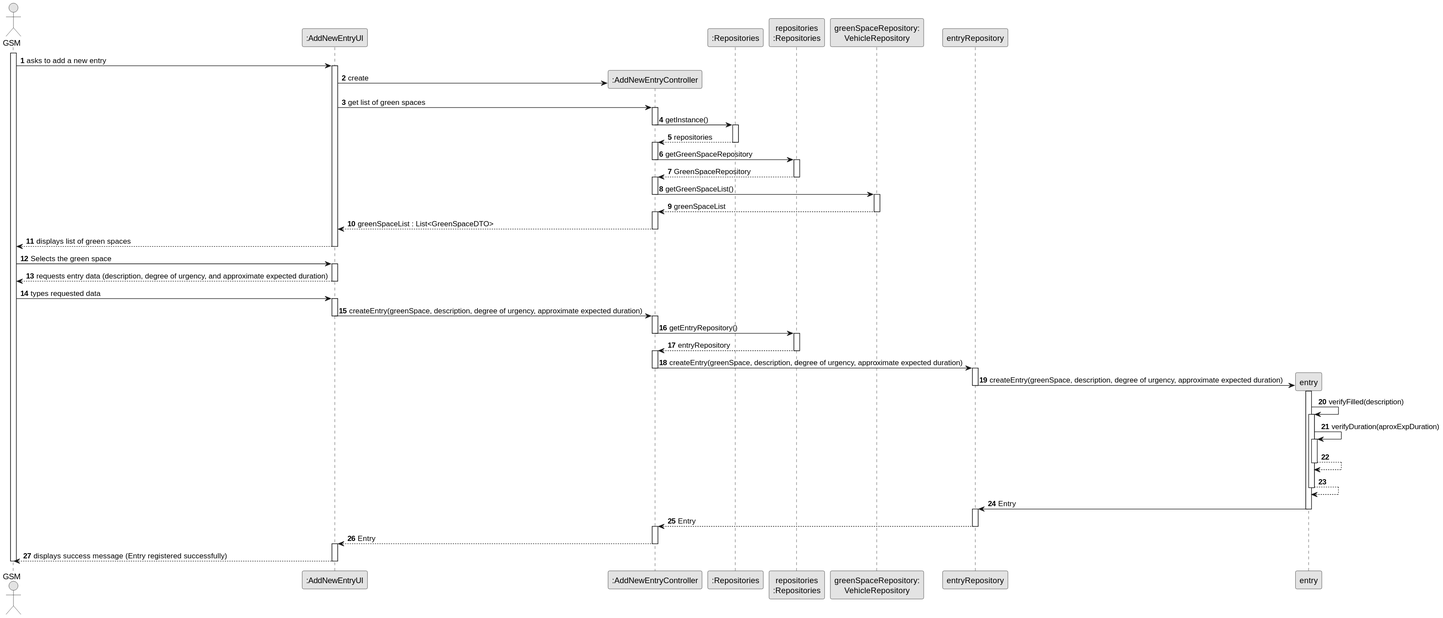
Above: docs/sprintC/us021/03.design/svg/us021-sequence-diagram-full.svg in ricardomm7/leaflink (PlantUML), before the change.
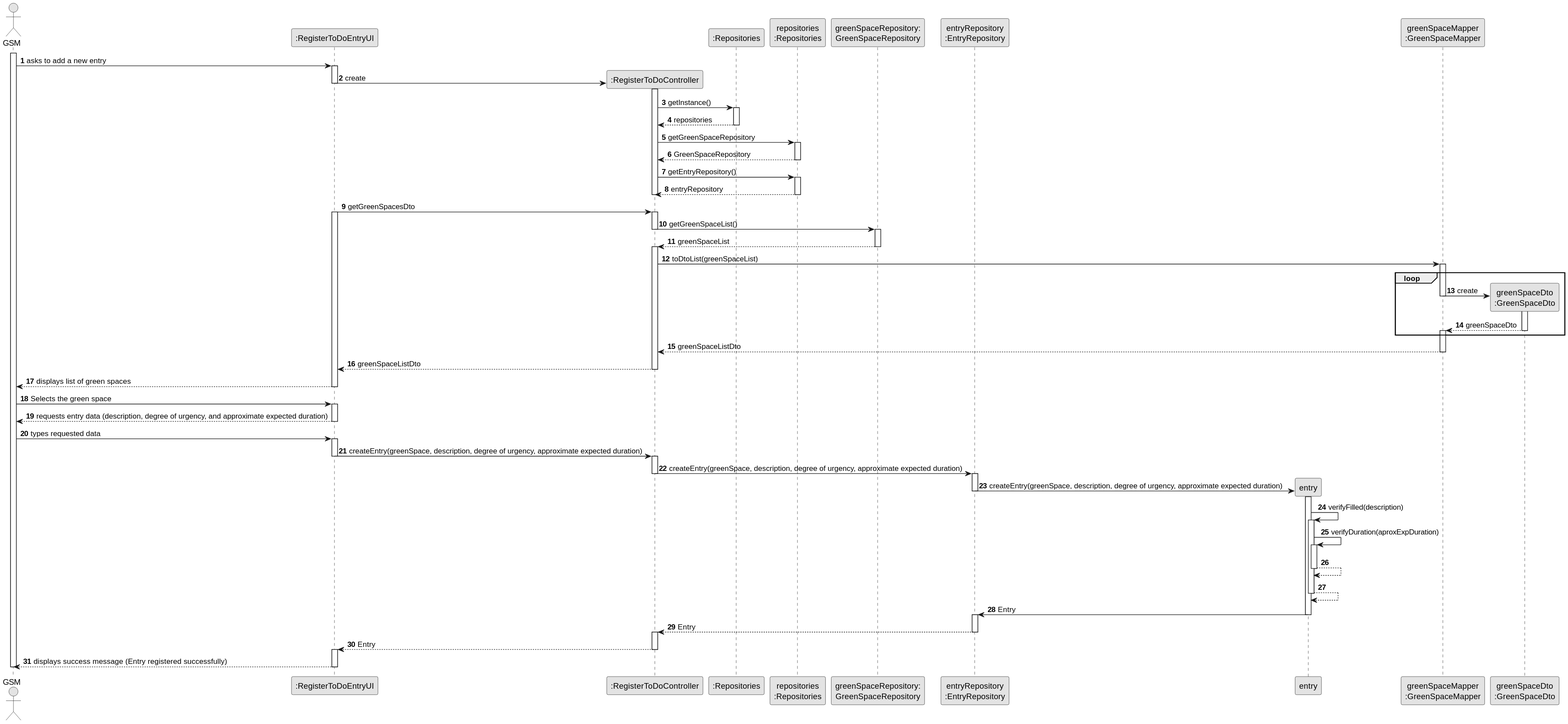
Above is the later version.

The edit, as a diff of the source:
```diff
@@ -7,13 +7,15 @@
 autonumber
 
 actor "GSM" as GSM
-participant ":AddNewEntryUI" as UI
-participant ":AddNewEntryController" as CTRL
+participant ":RegisterToDoEntryUI" as UI
+participant ":RegisterToDoController" as CTRL
 participant ":Repositories" as RepositorySingleton
 participant "repositories\n:Repositories" as PLAT
-participant "greenSpaceRepository:\nVehicleRepository" as GreenSpaceRepository
-participant "entryRepository" as EntryRep
+participant "greenSpaceRepository:\nGreenSpaceRepository" as GreenSpaceRepository
+participant "entryRepository\n:EntryRepository" as EntryRep
 participant "entry" as Entry
+participant "greenSpaceMapper\n:GreenSpaceMapper" as GreenSpaceMapper
+participant "greenSpaceDto\n:GreenSpaceDto" as GreenSpaceDTO
 
 activate GSM
 
@@ -22,27 +24,35 @@
 
 
         UI -> CTRL** : create
-
-        UI -> CTRL : get list of green spaces
         activate CTRL
+        deactivate UI
 
         CTRL -> RepositorySingleton : getInstance()
-        deactivate CTRL
         activate RepositorySingleton
 
 
         RepositorySingleton --> CTRL : repositories
         deactivate RepositorySingleton
-        activate CTRL
 
         CTRL -> PLAT :getGreenSpaceRepository
-        deactivate CTRL
         activate PLAT
 
 
         PLAT --> CTRL : GreenSpaceRepository
         deactivate PLAT
+
+         CTRL -> PLAT : getEntryRepository()
+        activate PLAT
+
+        PLAT --> CTRL : entryRepository
+        deactivate PLAT
+        deactivate CTRL
+
+        UI -> CTRL : getGreenSpacesDto
+        activate UI
         activate CTRL
+
+
 
 
         CTRL -> GreenSpaceRepository : getGreenSpaceList()
@@ -53,7 +63,24 @@
         deactivate GreenSpaceRepository
         activate CTRL
 
-        CTRL --> UI : greenSpaceList : List<GreenSpaceDTO>
+        CTRL -> GreenSpaceMapper: toDtoList(greenSpaceList)
+        activate GreenSpaceMapper
+
+        loop
+
+        GreenSpaceMapper -> GreenSpaceDTO** : create
+        activate GreenSpaceDTO
+        deactivate GreenSpaceMapper
+
+        GreenSpaceDTO --> GreenSpaceMapper: greenSpaceDto
+        deactivate GreenSpaceDTO
+        activate GreenSpaceMapper
+        end loop
+
+        GreenSpaceMapper --> CTRL: greenSpaceListDto
+        deactivate GreenSpaceMapper
+
+        CTRL --> UI : greenSpaceListDto
         deactivate CTRL
 
 
@@ -71,15 +98,6 @@
 
         UI -> CTRL : createEntry(greenSpace, description, degree of urgency, approximate expected duration)
         deactivate UI
-        activate CTRL
-
-
-        CTRL -> PLAT : getEntryRepository()
-        deactivate CTRL
-        activate PLAT
-
-        PLAT --> CTRL : entryRepository
-        deactivate PLAT
         activate CTRL
 
         CTRL -> EntryRep : createEntry(greenSpace, description, degree of urgency, approximate expected duration)
```
